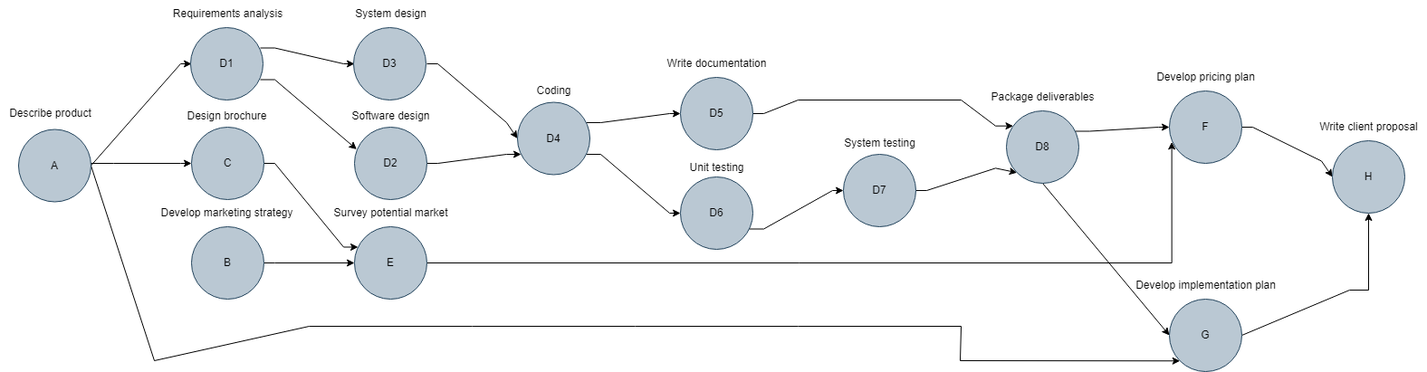
Before: Project_Directed_Diagram.drawio.png, a diagram exported from draw.io (alexmc808/MSDS-460-Assignment-2-Project-Management). Source tidied: cells renumbered, new cells last; positions are measured from the earlier drawing's top-left corner, leaving out a move shared by most shapes. Its diagram source:
```xml
<mxGraphModel>
  <root>
    <mxCell id="0" />
    <mxCell id="1" parent="0" />
    <mxCell id="2" style="edgeStyle=orthogonalEdgeStyle;rounded=0;jettySize=auto;html=1;noEdgeStyle=1;orthogonal=1;exitX=1;exitY=0.5;exitDx=0;exitDy=0;" parent="1" edge="1" source="22">
      <mxGeometry relative="1" as="geometry">
        <mxPoint x="211" y="70" as="targetPoint" />
        <Array as="points">
          <mxPoint x="199" y="70" />
        </Array>
      </mxGeometry>
    </mxCell>
    <mxCell id="3" style="edgeStyle=orthogonalEdgeStyle;rounded=0;jettySize=auto;html=1;entryX=0;entryY=0.5;entryDx=0;entryDy=0;noEdgeStyle=1;orthogonal=1;" parent="1" edge="1" source="22" target="28">
      <mxGeometry relative="1" as="geometry">
        <Array as="points">
          <mxPoint x="125" y="180" />
          <mxPoint x="199" y="180" />
        </Array>
      </mxGeometry>
    </mxCell>
    <mxCell id="4" style="edgeStyle=orthogonalEdgeStyle;rounded=0;jettySize=auto;html=1;exitX=1;exitY=0.5;exitDx=0;exitDy=0;entryX=0;entryY=1;entryDx=0;entryDy=0;noEdgeStyle=1;orthogonal=1;" parent="1" edge="1" source="22" target="61">
      <mxGeometry relative="1" as="geometry">
        <Array as="points">
          <mxPoint x="170" y="398" />
          <mxPoint x="341" y="360" />
          <mxPoint x="341" y="360" />
          <mxPoint x="521" y="360" />
          <mxPoint x="521" y="360" />
          <mxPoint x="701" y="360" />
          <mxPoint x="701" y="360" />
          <mxPoint x="881" y="360" />
          <mxPoint x="881" y="360" />
          <mxPoint x="1061" y="360" />
          <mxPoint x="1060" y="398" />
        </Array>
      </mxGeometry>
    </mxCell>
    <mxCell id="5" style="edgeStyle=orthogonalEdgeStyle;rounded=0;jettySize=auto;html=1;noEdgeStyle=1;orthogonal=1;" parent="1" edge="1" source="28" target="34">
      <mxGeometry relative="1" as="geometry">
        <Array as="points">
          <mxPoint x="303" y="180" />
          <mxPoint x="379" y="272.5" />
        </Array>
      </mxGeometry>
    </mxCell>
    <mxCell id="6" style="edgeStyle=orthogonalEdgeStyle;rounded=0;orthogonalLoop=1;jettySize=auto;html=1;noEdgeStyle=1;orthogonal=1;" parent="1" edge="1">
      <mxGeometry relative="1" as="geometry">
        <mxPoint x="287" y="52.5" as="sourcePoint" />
        <mxPoint x="391" y="70" as="targetPoint" />
        <Array as="points">
          <mxPoint x="303" y="52.5" />
          <mxPoint x="379" y="70" />
        </Array>
      </mxGeometry>
    </mxCell>
    <mxCell id="7" style="edgeStyle=orthogonalEdgeStyle;rounded=0;jettySize=auto;html=1;noEdgeStyle=1;orthogonal=1;entryX=0.03;entryY=0.306;entryDx=0;entryDy=0;entryPerimeter=0;" parent="1" edge="1" target="37">
      <mxGeometry relative="1" as="geometry">
        <mxPoint x="287" y="87.5" as="sourcePoint" />
        <Array as="points">
          <mxPoint x="303" y="87.5" />
        </Array>
      </mxGeometry>
    </mxCell>
    <mxCell id="8" style="edgeStyle=orthogonalEdgeStyle;rounded=0;jettySize=auto;html=1;entryX=0;entryY=0.5;entryDx=0;entryDy=0;noEdgeStyle=1;orthogonal=1;" parent="1" edge="1" target="43">
      <mxGeometry relative="1" as="geometry">
        <mxPoint x="471" y="70" as="sourcePoint" />
        <Array as="points">
          <mxPoint x="483" y="70" />
          <mxPoint x="559" y="135" />
        </Array>
      </mxGeometry>
    </mxCell>
    <mxCell id="9" style="edgeStyle=orthogonalEdgeStyle;rounded=0;jettySize=auto;html=1;noEdgeStyle=1;orthogonal=1;" parent="1" edge="1" source="37" target="43">
      <mxGeometry relative="1" as="geometry">
        <Array as="points">
          <mxPoint x="483" y="180" />
          <mxPoint x="559" y="170" />
        </Array>
      </mxGeometry>
    </mxCell>
    <mxCell id="10" style="edgeStyle=orthogonalEdgeStyle;rounded=0;jettySize=auto;html=1;noEdgeStyle=1;orthogonal=1;" parent="1" edge="1" source="43" target="46">
      <mxGeometry relative="1" as="geometry">
        <Array as="points">
          <mxPoint x="663" y="135" />
          <mxPoint x="739" y="125" />
        </Array>
      </mxGeometry>
    </mxCell>
    <mxCell id="11" style="edgeStyle=orthogonalEdgeStyle;rounded=0;jettySize=auto;html=1;noEdgeStyle=1;orthogonal=1;" parent="1" edge="1" source="43" target="49">
      <mxGeometry relative="1" as="geometry">
        <Array as="points">
          <mxPoint x="663" y="170" />
          <mxPoint x="739" y="235" />
        </Array>
      </mxGeometry>
    </mxCell>
    <mxCell id="12" style="edgeStyle=orthogonalEdgeStyle;rounded=0;jettySize=auto;html=1;noEdgeStyle=1;orthogonal=1;" parent="1" edge="1" source="46" target="55">
      <mxGeometry relative="1" as="geometry">
        <Array as="points">
          <mxPoint x="843" y="125" />
          <mxPoint x="881" y="110" />
          <mxPoint x="1061" y="110" />
          <mxPoint x="1099" y="138.7" />
        </Array>
      </mxGeometry>
    </mxCell>
    <mxCell id="13" style="edgeStyle=orthogonalEdgeStyle;rounded=0;jettySize=auto;html=1;noEdgeStyle=1;orthogonal=1;" parent="1" edge="1" source="49" target="52">
      <mxGeometry relative="1" as="geometry">
        <Array as="points">
          <mxPoint x="843" y="252.5" />
          <mxPoint x="919" y="210" />
        </Array>
      </mxGeometry>
    </mxCell>
    <mxCell id="14" style="edgeStyle=orthogonalEdgeStyle;rounded=0;jettySize=auto;html=1;noEdgeStyle=1;orthogonal=1;exitX=0.5;exitY=1;exitDx=0;exitDy=0;entryX=0;entryY=0.5;entryDx=0;entryDy=0;" parent="1" edge="1" source="55" target="61">
      <mxGeometry relative="1" as="geometry" />
    </mxCell>
    <mxCell id="15" style="edgeStyle=orthogonalEdgeStyle;rounded=0;jettySize=auto;html=1;noEdgeStyle=1;orthogonal=1;" parent="1" edge="1" source="55" target="58">
      <mxGeometry relative="1" as="geometry">
        <Array as="points">
          <mxPoint x="1203" y="144.5" />
          <mxPoint x="1279" y="140" />
        </Array>
      </mxGeometry>
    </mxCell>
    <mxCell id="16" style="edgeStyle=orthogonalEdgeStyle;rounded=0;jettySize=auto;html=1;entryX=0;entryY=1;entryDx=0;entryDy=0;noEdgeStyle=1;orthogonal=1;" parent="1" edge="1" source="52" target="55">
      <mxGeometry relative="1" as="geometry">
        <Array as="points">
          <mxPoint x="1023" y="210" />
          <mxPoint x="1099" y="185.3" />
        </Array>
      </mxGeometry>
    </mxCell>
    <mxCell id="17" style="edgeStyle=orthogonalEdgeStyle;rounded=0;jettySize=auto;html=1;noEdgeStyle=1;orthogonal=1;exitX=1;exitY=0.5;exitDx=0;exitDy=0;entryX=0.5;entryY=1;entryDx=0;entryDy=0;" parent="1" edge="1" source="61" target="64">
      <mxGeometry relative="1" as="geometry">
        <Array as="points">
          <mxPoint x="1490" y="320" />
          <mxPoint x="1511" y="320" />
        </Array>
      </mxGeometry>
    </mxCell>
    <mxCell id="18" style="edgeStyle=orthogonalEdgeStyle;rounded=0;jettySize=auto;html=1;entryX=0;entryY=0.5;entryDx=0;entryDy=0;noEdgeStyle=1;orthogonal=1;" parent="1" edge="1" source="58" target="64">
      <mxGeometry relative="1" as="geometry">
        <Array as="points">
          <mxPoint x="1383" y="140" />
          <mxPoint x="1459" y="177.5" />
        </Array>
      </mxGeometry>
    </mxCell>
    <mxCell id="19" style="edgeStyle=orthogonalEdgeStyle;rounded=0;jettySize=auto;html=1;exitX=1;exitY=0.5;exitDx=0;exitDy=0;entryX=0;entryY=0.5;entryDx=0;entryDy=0;noEdgeStyle=1;orthogonal=1;" parent="1" edge="1" source="31" target="34">
      <mxGeometry relative="1" as="geometry">
        <Array as="points">
          <mxPoint x="303" y="290" />
        </Array>
      </mxGeometry>
    </mxCell>
    <mxCell id="20" style="edgeStyle=orthogonalEdgeStyle;rounded=0;jettySize=auto;html=1;entryX=0.033;entryY=0.704;entryDx=0;entryDy=0;entryPerimeter=0;" parent="1" edge="1" source="34" target="58">
      <mxGeometry relative="1" as="geometry" />
    </mxCell>
    <mxCell id="21" style="group;" parent="1" vertex="1">
      <mxGeometry y="110" width="110" height="112.5" as="geometry" />
    </mxCell>
    <mxCell id="22" value="A" style="ellipse;whiteSpace=wrap;html=1;fillColor=#bac8d3;strokeColor=#23445d;" parent="21" vertex="1">
      <mxGeometry x="20" y="32.5" width="80" height="80" as="geometry" />
    </mxCell>
    <mxCell id="23" value="Describe product" style="text;html=1;align=center;verticalAlign=middle;strokeColor=none;fillColor=none;" parent="21" vertex="1">
      <mxGeometry width="110" height="30" as="geometry" />
    </mxCell>
    <mxCell id="24" style="group;" parent="1" vertex="1">
      <mxGeometry x="181" width="140" height="110" as="geometry" />
    </mxCell>
    <mxCell id="25" value="D1" style="ellipse;whiteSpace=wrap;html=1;fillColor=#bac8d3;strokeColor=#23445d;" parent="24" vertex="1">
      <mxGeometry x="29" y="30" width="80" height="80" as="geometry" />
    </mxCell>
    <mxCell id="26" value="Requirements analysis" style="text;html=1;align=center;verticalAlign=middle;strokeColor=none;fillColor=none;" parent="24" vertex="1">
      <mxGeometry width="140" height="30" as="geometry" />
    </mxCell>
    <mxCell id="27" style="group;" parent="1" vertex="1">
      <mxGeometry x="195" y="112.5" width="110" height="107.5" as="geometry" />
    </mxCell>
    <mxCell id="28" value="C" style="ellipse;whiteSpace=wrap;html=1;fillColor=#bac8d3;strokeColor=#23445d;" parent="27" vertex="1">
      <mxGeometry x="16" y="27.5" width="80" height="80" as="geometry" />
    </mxCell>
    <mxCell id="29" value="Design brochure" style="text;html=1;align=center;verticalAlign=middle;strokeColor=none;fillColor=none;" parent="27" vertex="1">
      <mxGeometry width="110" height="30" as="geometry" />
    </mxCell>
    <mxCell id="30" style="group;" parent="1" vertex="1">
      <mxGeometry x="165" y="220" width="170" height="110" as="geometry" />
    </mxCell>
    <mxCell id="31" value="B" style="ellipse;whiteSpace=wrap;html=1;fillColor=#bac8d3;strokeColor=#23445d;" parent="30" vertex="1">
      <mxGeometry x="46" y="30" width="80" height="80" as="geometry" />
    </mxCell>
    <mxCell id="32" value="Develop marketing strategy" style="text;html=1;align=center;verticalAlign=middle;strokeColor=none;fillColor=none;" parent="30" vertex="1">
      <mxGeometry width="170" height="30" as="geometry" />
    </mxCell>
    <mxCell id="33" style="group;" parent="1" vertex="1">
      <mxGeometry x="356" y="220" width="150" height="110" as="geometry" />
    </mxCell>
    <mxCell id="34" value="E" style="ellipse;whiteSpace=wrap;html=1;fillColor=#bac8d3;strokeColor=#23445d;" parent="33" vertex="1">
      <mxGeometry x="35" y="30" width="80" height="80" as="geometry" />
    </mxCell>
    <mxCell id="35" value="Survey potential market" style="text;html=1;align=center;verticalAlign=middle;strokeColor=none;fillColor=none;" parent="33" vertex="1">
      <mxGeometry width="150" height="30" as="geometry" />
    </mxCell>
    <mxCell id="36" style="group;" parent="1" vertex="1">
      <mxGeometry x="376" y="112.5" width="110" height="107.5" as="geometry" />
    </mxCell>
    <mxCell id="37" value="D2" style="ellipse;whiteSpace=wrap;html=1;fillColor=#bac8d3;strokeColor=#23445d;" parent="36" vertex="1">
      <mxGeometry x="15" y="27.5" width="80" height="80" as="geometry" />
    </mxCell>
    <mxCell id="38" value="Software design" style="text;html=1;align=center;verticalAlign=middle;strokeColor=none;fillColor=none;" parent="36" vertex="1">
      <mxGeometry width="110" height="30" as="geometry" />
    </mxCell>
    <mxCell id="39" style="group;" parent="1" vertex="1">
      <mxGeometry x="381" width="100" height="110" as="geometry" />
    </mxCell>
    <mxCell id="40" value="D3" style="ellipse;whiteSpace=wrap;html=1;fillColor=#bac8d3;strokeColor=#23445d;" parent="39" vertex="1">
      <mxGeometry x="9" y="30" width="80" height="80" as="geometry" />
    </mxCell>
    <mxCell id="41" value="System design" style="text;html=1;align=center;verticalAlign=middle;strokeColor=none;fillColor=none;" parent="39" vertex="1">
      <mxGeometry width="100" height="30" as="geometry" />
    </mxCell>
    <mxCell id="42" style="group;" parent="1" vertex="1">
      <mxGeometry x="571" y="85" width="80" height="107.5" as="geometry" />
    </mxCell>
    <mxCell id="43" value="D4" style="ellipse;whiteSpace=wrap;html=1;fillColor=#bac8d3;strokeColor=#23445d;" parent="42" vertex="1">
      <mxGeometry y="27.5" width="80" height="80" as="geometry" />
    </mxCell>
    <mxCell id="44" value="Coding" style="text;html=1;align=center;verticalAlign=middle;strokeColor=none;fillColor=none;" parent="42" vertex="1">
      <mxGeometry x="10" width="60" height="30" as="geometry" />
    </mxCell>
    <mxCell id="45" style="group;" parent="1" vertex="1">
      <mxGeometry x="726" y="55" width="130" height="110" as="geometry" />
    </mxCell>
    <mxCell id="46" value="D5" style="ellipse;whiteSpace=wrap;html=1;fillColor=#bac8d3;strokeColor=#23445d;" parent="45" vertex="1">
      <mxGeometry x="25" y="30" width="80" height="80" as="geometry" />
    </mxCell>
    <mxCell id="47" value="Write documentation" style="text;html=1;align=center;verticalAlign=middle;strokeColor=none;fillColor=none;" parent="45" vertex="1">
      <mxGeometry width="130" height="30" as="geometry" />
    </mxCell>
    <mxCell id="48" style="group;" parent="1" vertex="1">
      <mxGeometry x="751" y="170" width="80" height="105" as="geometry" />
    </mxCell>
    <mxCell id="49" value="D6" style="ellipse;whiteSpace=wrap;html=1;fillColor=#bac8d3;strokeColor=#23445d;" parent="48" vertex="1">
      <mxGeometry y="25" width="80" height="80" as="geometry" />
    </mxCell>
    <mxCell id="50" value="Unit testing" style="text;html=1;align=center;verticalAlign=middle;strokeColor=none;fillColor=none;" parent="48" vertex="1">
      <mxGeometry width="80" height="30" as="geometry" />
    </mxCell>
    <mxCell id="51" style="group;" parent="1" vertex="1">
      <mxGeometry x="921" y="143" width="100" height="107" as="geometry" />
    </mxCell>
    <mxCell id="52" value="D7" style="ellipse;whiteSpace=wrap;html=1;fillColor=#bac8d3;strokeColor=#23445d;" parent="51" vertex="1">
      <mxGeometry x="10" y="27" width="80" height="80" as="geometry" />
    </mxCell>
    <mxCell id="53" value="System testing" style="text;html=1;align=center;verticalAlign=middle;strokeColor=none;fillColor=none;" parent="51" vertex="1">
      <mxGeometry width="100" height="30" as="geometry" />
    </mxCell>
    <mxCell id="54" style="group;" parent="1" vertex="1">
      <mxGeometry x="1081" y="92" width="140" height="110" as="geometry" />
    </mxCell>
    <mxCell id="55" value="D8" style="ellipse;whiteSpace=wrap;html=1;fillColor=#bac8d3;strokeColor=#23445d;" parent="54" vertex="1">
      <mxGeometry x="30" y="30" width="80" height="80" as="geometry" />
    </mxCell>
    <mxCell id="56" value="Package deliverables" style="text;html=1;align=center;verticalAlign=middle;strokeColor=none;fillColor=none;" parent="54" vertex="1">
      <mxGeometry width="140" height="30" as="geometry" />
    </mxCell>
    <mxCell id="57" style="group;" parent="1" vertex="1">
      <mxGeometry x="1266" y="70" width="130" height="110" as="geometry" />
    </mxCell>
    <mxCell id="58" value="F" style="ellipse;whiteSpace=wrap;html=1;fillColor=#bac8d3;strokeColor=#23445d;" parent="57" vertex="1">
      <mxGeometry x="25" y="30" width="80" height="80" as="geometry" />
    </mxCell>
    <mxCell id="59" value="Develop pricing plan" style="text;html=1;align=center;verticalAlign=middle;strokeColor=none;fillColor=none;" parent="57" vertex="1">
      <mxGeometry width="130" height="30" as="geometry" />
    </mxCell>
    <mxCell id="60" style="group;" parent="1" vertex="1">
      <mxGeometry x="1241" y="300" width="180" height="110" as="geometry" />
    </mxCell>
    <mxCell id="61" value="G" style="ellipse;whiteSpace=wrap;html=1;fillColor=#bac8d3;strokeColor=#23445d;" parent="60" vertex="1">
      <mxGeometry x="50" y="30" width="80" height="80" as="geometry" />
    </mxCell>
    <mxCell id="62" value="Develop implementation plan" style="text;html=1;align=center;verticalAlign=middle;strokeColor=none;fillColor=none;" parent="60" vertex="1">
      <mxGeometry width="180" height="30" as="geometry" />
    </mxCell>
    <mxCell id="63" style="group;" parent="1" vertex="1">
      <mxGeometry x="1446" y="125" width="130" height="110" as="geometry" />
    </mxCell>
    <mxCell id="64" value="H" style="ellipse;whiteSpace=wrap;html=1;fillColor=#bac8d3;strokeColor=#23445d;" parent="63" vertex="1">
      <mxGeometry x="25" y="30" width="80" height="80" as="geometry" />
    </mxCell>
    <mxCell id="65" value="Write client proposal" style="text;html=1;align=center;verticalAlign=middle;strokeColor=none;fillColor=none;" parent="63" vertex="1">
      <mxGeometry width="130" height="30" as="geometry" />
    </mxCell>
  </root>
</mxGraphModel>
```
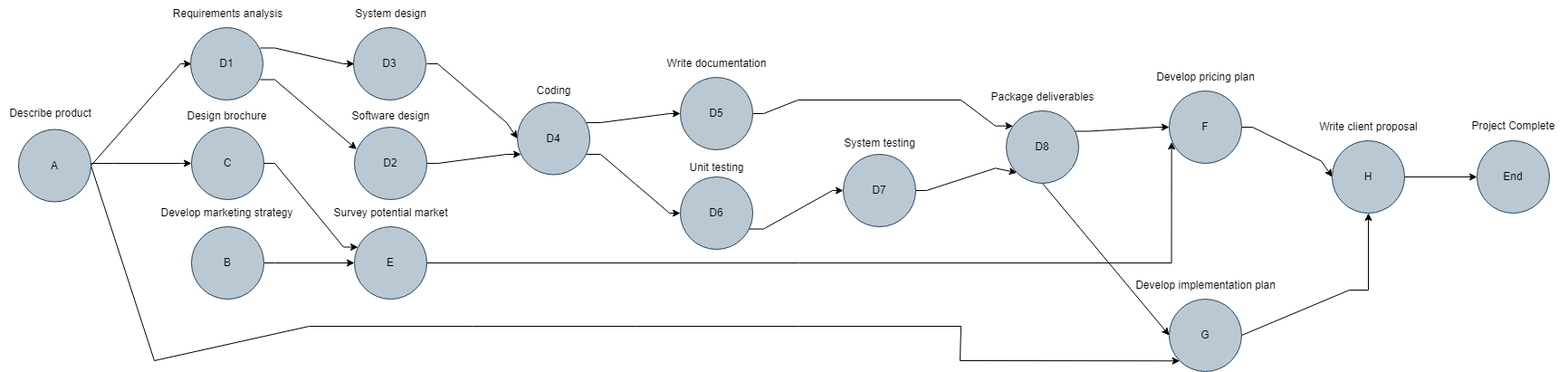
Above is the later version.

Commit message:
Upload project directed diagram visual

Change to the diagram source:
```diff
@@ -292,5 +292,17 @@
     <mxCell id="65" value="Write client proposal" style="text;html=1;align=center;verticalAlign=middle;strokeColor=none;fillColor=none;" parent="63" vertex="1">
       <mxGeometry width="130" height="30" as="geometry" />
     </mxCell>
+    <mxCell id="66" style="edgeStyle=orthogonalEdgeStyle;rounded=0;jettySize=auto;html=1;" parent="1" edge="1" source="64" target="68">
+      <mxGeometry relative="1" as="geometry" />
+    </mxCell>
+    <mxCell id="67" style="group;" parent="1" vertex="1">
+      <mxGeometry x="1611" y="123.8" width="120" height="111.2" as="geometry" />
+    </mxCell>
+    <mxCell id="68" value="End" style="ellipse;whiteSpace=wrap;html=1;fillColor=#bac8d3;strokeColor=#23445d;" parent="67" vertex="1">
+      <mxGeometry x="20" y="31.2" width="80" height="80" as="geometry" />
+    </mxCell>
+    <mxCell id="69" value="Project Complete" style="text;html=1;align=center;verticalAlign=middle;strokeColor=none;fillColor=none;" parent="67" vertex="1">
+      <mxGeometry width="120" height="30" as="geometry" />
+    </mxCell>
   </root>
 </mxGraphModel>
```
